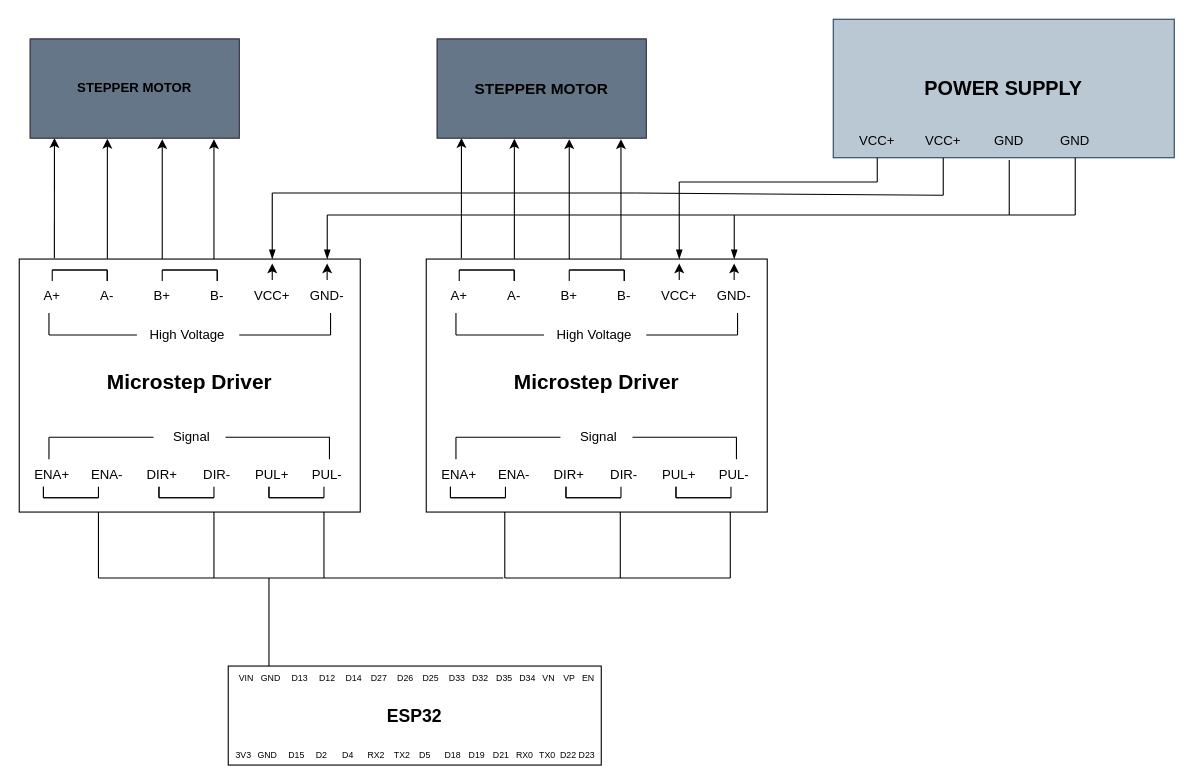
DattBhatt/Draw.io keeps this draw.io diagram as Stepper-Driver-Esp32 Circuit Diagram.drawio. Above is the earlier version. Source tidied: cells renumbered, new cells numbered last; positions are measured from the earlier drawing's top-left corner, leaving out a move shared by most shapes. Both pictures are drawn from the tidied source at 110%, with x=0, y=0 at pixel (19, 19).
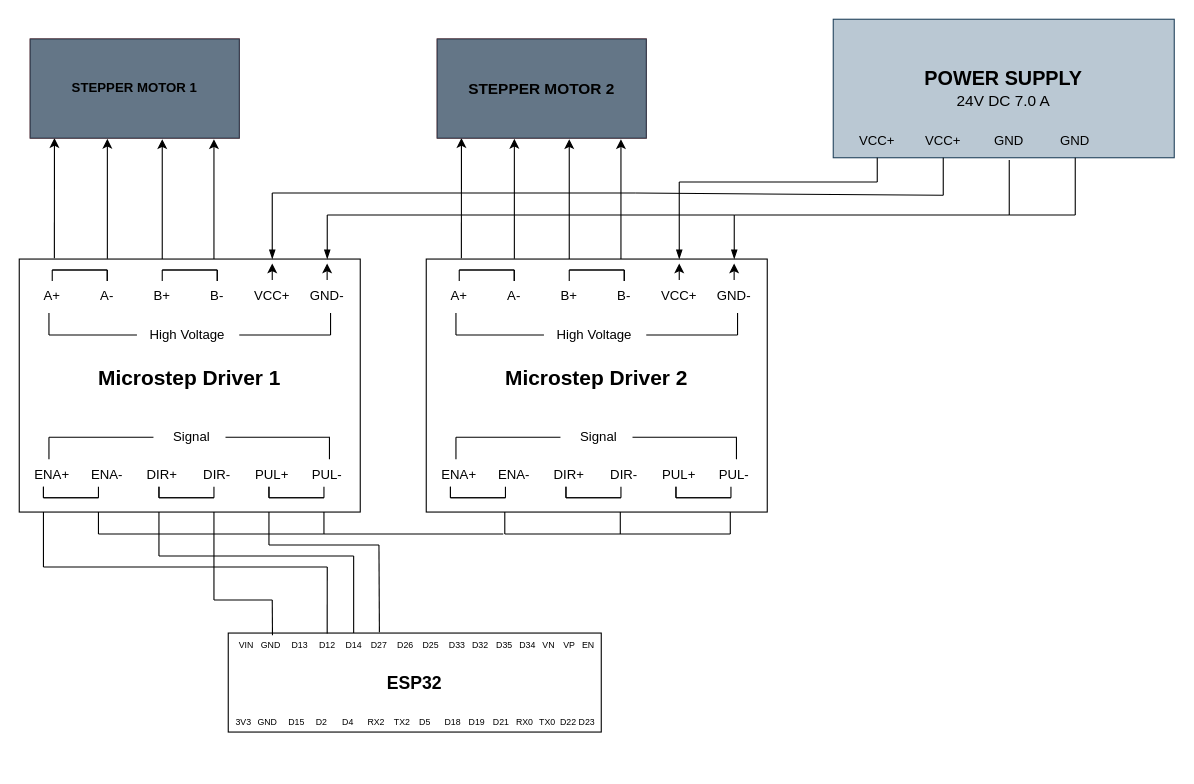
The same diagram, later.

Unchanged cells that the change refers to:
```xml
<mxCell id="164" value="&lt;font style=&quot;font-size: 8px;&quot;&gt;GND&lt;/font&gt;" style="text;html=1;align=left;verticalAlign=middle;points=[];strokeColor=none;fillColor=none;rounded=0;imageAlign=center;imageWidth=24;spacing=0;" parent="161" vertex="1">
  <mxGeometry x="30.4" width="40" height="20" as="geometry" />
</mxCell>
<mxCell id="166" value="&lt;font style=&quot;font-size: 8px;&quot;&gt;D12&lt;/font&gt;" style="text;html=1;align=left;verticalAlign=middle;points=[];strokeColor=none;fillColor=none;rounded=0;imageAlign=center;imageWidth=24;spacing=0;" parent="161" vertex="1">
  <mxGeometry x="83" width="30" height="20" as="geometry" />
</mxCell>
```

Change to the diagram source:
```diff
@@
-    <mxCell id="2" style="rounded=0;whiteSpace=wrap;html=1;fillColor=default;" parent="1" vertex="1">
+    <mxCell id="2" value="&lt;h1 style=&quot;margin-top: 0px;&quot;&gt;&lt;font style=&quot;font-size: 19px;&quot;&gt;Microstep Driver 1&lt;/font&gt;&lt;/h1&gt;" style="rounded=0;whiteSpace=wrap;html=1;fillColor=default;" parent="1" vertex="1">
       <mxGeometry y="218" width="310" height="230" as="geometry" />
     </mxCell>
-    <mxCell id="3" value="&lt;h1 style=&quot;margin-top: 0px;&quot;&gt;&lt;font style=&quot;font-size: 19px;&quot;&gt;Microstep Driver&lt;/font&gt;&lt;/h1&gt;" style="text;html=1;whiteSpace=wrap;overflow=hidden;rounded=0;align=center;" parent="1" vertex="1">
-      <mxGeometry x="75" y="308" width="160" height="40" as="geometry" />
-    </mxCell>
@@
-    <mxCell id="71" value="&lt;font style=&quot;color: light-dark(rgb(0, 0, 0), rgb(255, 255, 255));&quot;&gt;&lt;b&gt;STEPPER MOTOR&lt;/b&gt;&lt;/font&gt;" style="rounded=0;whiteSpace=wrap;html=1;fillColor=#647687;strokeColor=#314354;fontColor=#ffffff;" parent="1" vertex="1">
+    <mxCell id="71" value="&lt;font style=&quot;color: light-dark(rgb(0, 0, 0), rgb(255, 255, 255));&quot;&gt;&lt;b&gt;STEPPER MOTOR 1&lt;/b&gt;&lt;/font&gt;" style="rounded=0;whiteSpace=wrap;html=1;fillColor=#647687;strokeColor=#314354;fontColor=#ffffff;" parent="1" vertex="1">
       <mxGeometry x="10" y="18" width="190" height="90" as="geometry" />
     </mxCell>
-    <mxCell id="72" style="rounded=0;whiteSpace=wrap;html=1;fillColor=default;" parent="1" vertex="1">
+    <mxCell id="72" value="&lt;h1 style=&quot;margin-top: 0px;&quot;&gt;&lt;font style=&quot;font-size: 19px;&quot;&gt;Microstep Driver 2&lt;/font&gt;&lt;/h1&gt;" style="rounded=0;whiteSpace=wrap;html=1;fillColor=default;" parent="1" vertex="1">
       <mxGeometry x="370" y="218" width="310" height="230" as="geometry" />
     </mxCell>
-    <mxCell id="73" value="&lt;h1 style=&quot;margin-top: 0px;&quot;&gt;&lt;font style=&quot;font-size: 19px;&quot;&gt;Microstep Driver&lt;/font&gt;&lt;/h1&gt;" style="text;html=1;whiteSpace=wrap;overflow=hidden;rounded=0;align=center;" parent="1" vertex="1">
-      <mxGeometry x="445" y="308" width="160" height="40" as="geometry" />
-    </mxCell>
@@
-    <mxCell id="141" value="&lt;font style=&quot;font-size: 14px; color: light-dark(rgb(0, 0, 0), rgb(255, 255, 255));&quot;&gt;&lt;b&gt;STEPPER MOTOR&lt;/b&gt;&lt;/font&gt;" style="rounded=0;whiteSpace=wrap;html=1;fillColor=#647687;strokeColor=#314354;fontColor=#ffffff;" parent="1" vertex="1">
+    <mxCell id="141" value="&lt;font style=&quot;font-size: 14px; color: light-dark(rgb(0, 0, 0), rgb(255, 255, 255));&quot;&gt;&lt;b&gt;STEPPER MOTOR 2&lt;/b&gt;&lt;/font&gt;" style="rounded=0;whiteSpace=wrap;html=1;fillColor=#647687;strokeColor=#314354;fontColor=#ffffff;" parent="1" vertex="1">
       <mxGeometry x="380" y="18" width="190" height="90" as="geometry" />
     </mxCell>
-    <mxCell id="142" value="&lt;font style=&quot;font-size: 18px;&quot;&gt;&lt;b style=&quot;&quot;&gt;POWER SUPPLY&lt;/b&gt;&lt;/font&gt;" style="rounded=0;whiteSpace=wrap;html=1;fillColor=#bac8d3;strokeColor=#23445d;" parent="1" vertex="1">
+    <mxCell id="142" value="&lt;font style=&quot;font-size: 18px;&quot;&gt;&lt;b style=&quot;&quot;&gt;POWER SUPPLY&lt;/b&gt;&lt;/font&gt;&lt;div&gt;&lt;font style=&quot;font-size: 14px;&quot;&gt;24V DC 7.0 A&lt;/font&gt;&lt;/div&gt;" style="rounded=0;whiteSpace=wrap;html=1;fillColor=#bac8d3;strokeColor=#23445d;" parent="1" vertex="1">
       <mxGeometry x="740" width="310" height="125.9" as="geometry" />
     </mxCell>
@@
     <mxCell id="161" style="group;" parent="1" vertex="1">
-      <mxGeometry x="190" y="588" width="353" height="90" as="geometry" />
+      <mxGeometry x="190" y="558" width="353" height="90" as="geometry" />
     </mxCell>
@@
+    <mxCell id="202" style="endArrow=none;html=1;rounded=0;strokeColor=light-dark(#000000,#000000);" parent="1" edge="1">
+      <mxGeometry relative="1" as="geometry">
+        <mxPoint x="277" y="468" as="sourcePoint" />
+        <mxPoint x="440" y="468" as="targetPoint" />
+      </mxGeometry>
+    </mxCell>
+    <mxCell id="203" style="group;" parent="1" vertex="1">
+      <mxGeometry x="72" y="448" width="205" height="20" as="geometry" />
+    </mxCell>
-    <mxCell id="193" style="endArrow=none;html=1;rounded=0;strokeColor=light-dark(#000000,#000000);align=center;verticalAlign=middle;fontFamily=Helvetica;fontSize=11;fontColor=default;labelBackgroundColor=default;" parent="1" edge="1">
+    <mxCell id="193" style="endArrow=none;html=1;rounded=0;strokeColor=light-dark(#000000,#000000);align=center;verticalAlign=middle;fontFamily=Helvetica;fontSize=11;fontColor=default;labelBackgroundColor=default;" parent="203" edge="1">
       <mxGeometry relative="1" as="geometry">
-        <mxPoint x="72" y="508" as="sourcePoint" />
-        <mxPoint x="72" y="448" as="targetPoint" />
+        <mxPoint y="20" as="sourcePoint" />
+        <mxPoint as="targetPoint" />
       </mxGeometry>
     </mxCell>
-    <mxCell id="194" style="endArrow=none;html=1;rounded=0;strokeColor=light-dark(#000000,#000000);align=center;verticalAlign=middle;fontFamily=Helvetica;fontSize=11;fontColor=default;labelBackgroundColor=default;" parent="1" edge="1">
+    <mxCell id="194" style="endArrow=none;html=1;rounded=0;strokeColor=light-dark(#000000,#000000);align=center;verticalAlign=middle;fontFamily=Helvetica;fontSize=11;fontColor=default;labelBackgroundColor=default;" parent="203" edge="1">
       <mxGeometry relative="1" as="geometry">
-        <mxPoint x="177" y="508" as="sourcePoint" />
-        <mxPoint x="177" y="448" as="targetPoint" />
+        <mxPoint x="105" y="20" as="sourcePoint" />
+        <mxPoint x="105" as="targetPoint" />
       </mxGeometry>
     </mxCell>
-    <mxCell id="195" style="endArrow=none;html=1;rounded=0;strokeColor=light-dark(#000000,#000000);align=center;verticalAlign=middle;fontFamily=Helvetica;fontSize=11;fontColor=default;labelBackgroundColor=default;" parent="1" edge="1">
+    <mxCell id="195" style="endArrow=none;html=1;rounded=0;strokeColor=light-dark(#000000,#000000);align=center;verticalAlign=middle;fontFamily=Helvetica;fontSize=11;fontColor=default;labelBackgroundColor=default;" parent="203" edge="1">
       <mxGeometry relative="1" as="geometry">
-        <mxPoint x="277" y="508" as="sourcePoint" />
-        <mxPoint x="277" y="448" as="targetPoint" />
+        <mxPoint x="205" y="20" as="sourcePoint" />
+        <mxPoint x="205" as="targetPoint" />
       </mxGeometry>
     </mxCell>
-    <mxCell id="196" style="endArrow=none;html=1;rounded=0;strokeColor=light-dark(#000000,#000000);" parent="1" edge="1">
+    <mxCell id="196" style="endArrow=none;html=1;rounded=0;strokeColor=light-dark(#000000,#000000);" parent="203" edge="1">
       <mxGeometry relative="1" as="geometry">
-        <mxPoint x="277" y="508" as="sourcePoint" />
-        <mxPoint x="72" y="508" as="targetPoint" />
+        <mxPoint x="205" y="20" as="sourcePoint" />
+        <mxPoint y="20" as="targetPoint" />
       </mxGeometry>
     </mxCell>
-    <mxCell id="197" style="endArrow=none;html=1;rounded=0;strokeColor=light-dark(#000000,#000000);align=center;verticalAlign=middle;fontFamily=Helvetica;fontSize=11;fontColor=default;labelBackgroundColor=default;" parent="1" edge="1">
-      <mxGeometry relative="1" as="geometry">
-        <mxPoint x="227" y="588" as="sourcePoint" />
-        <mxPoint x="227" y="508" as="targetPoint" />
-      </mxGeometry>
-    </mxCell>
+    <mxCell id="204" style="group;" parent="1" vertex="1">
+      <mxGeometry x="441.4" y="448" width="205" height="20" as="geometry" />
+    </mxCell>
-    <mxCell id="198" style="endArrow=none;html=1;rounded=0;strokeColor=light-dark(#000000,#000000);" parent="1" edge="1">
+    <mxCell id="198" style="endArrow=none;html=1;rounded=0;strokeColor=light-dark(#000000,#000000);" parent="204" edge="1">
       <mxGeometry relative="1" as="geometry">
-        <mxPoint x="646.4" y="508" as="sourcePoint" />
-        <mxPoint x="441.4" y="508" as="targetPoint" />
+        <mxPoint x="205" y="20" as="sourcePoint" />
+        <mxPoint y="20" as="targetPoint" />
       </mxGeometry>
     </mxCell>
-    <mxCell id="199" style="endArrow=none;html=1;rounded=0;strokeColor=light-dark(#000000,#000000);align=center;verticalAlign=middle;fontFamily=Helvetica;fontSize=11;fontColor=default;labelBackgroundColor=default;" parent="1" edge="1">
+    <mxCell id="199" style="endArrow=none;html=1;rounded=0;strokeColor=light-dark(#000000,#000000);align=center;verticalAlign=middle;fontFamily=Helvetica;fontSize=11;fontColor=default;labelBackgroundColor=default;" parent="204" edge="1">
       <mxGeometry relative="1" as="geometry">
-        <mxPoint x="546.4" y="508" as="sourcePoint" />
-        <mxPoint x="546.4" y="448" as="targetPoint" />
+        <mxPoint x="105" y="20" as="sourcePoint" />
+        <mxPoint x="105" as="targetPoint" />
       </mxGeometry>
     </mxCell>
-    <mxCell id="200" style="endArrow=none;html=1;rounded=0;strokeColor=light-dark(#000000,#000000);align=center;verticalAlign=middle;fontFamily=Helvetica;fontSize=11;fontColor=default;labelBackgroundColor=default;" parent="1" edge="1">
+    <mxCell id="200" style="endArrow=none;html=1;rounded=0;strokeColor=light-dark(#000000,#000000);align=center;verticalAlign=middle;fontFamily=Helvetica;fontSize=11;fontColor=default;labelBackgroundColor=default;" parent="204" edge="1">
       <mxGeometry relative="1" as="geometry">
-        <mxPoint x="441.4" y="508" as="sourcePoint" />
-        <mxPoint x="441.4" y="448" as="targetPoint" />
+        <mxPoint y="20" as="sourcePoint" />
+        <mxPoint as="targetPoint" />
       </mxGeometry>
     </mxCell>
-    <mxCell id="201" style="endArrow=none;html=1;rounded=0;strokeColor=light-dark(#000000,#000000);align=center;verticalAlign=middle;fontFamily=Helvetica;fontSize=11;fontColor=default;labelBackgroundColor=default;" parent="1" edge="1">
+    <mxCell id="201" style="endArrow=none;html=1;rounded=0;strokeColor=light-dark(#000000,#000000);align=center;verticalAlign=middle;fontFamily=Helvetica;fontSize=11;fontColor=default;labelBackgroundColor=default;" parent="204" edge="1">
       <mxGeometry relative="1" as="geometry">
-        <mxPoint x="646.4" y="508" as="sourcePoint" />
-        <mxPoint x="646.4" y="448" as="targetPoint" />
+        <mxPoint x="205" y="20" as="sourcePoint" />
+        <mxPoint x="205" as="targetPoint" />
       </mxGeometry>
     </mxCell>
-    <mxCell id="202" style="endArrow=none;html=1;rounded=0;strokeColor=light-dark(#000000,#000000);" parent="1" edge="1">
-      <mxGeometry relative="1" as="geometry">
-        <mxPoint x="277" y="508" as="sourcePoint" />
-        <mxPoint x="440" y="508" as="targetPoint" />
-      </mxGeometry>
-    </mxCell>
+    <mxCell id="205" style="endArrow=none;html=1;rounded=0;entryX=0.124;entryY=1.008;entryDx=0;entryDy=0;entryPerimeter=0;strokeColor=light-dark(#000000,#FF8000);" parent="1" edge="1">
+      <mxGeometry relative="1" as="geometry">
+        <mxPoint x="22" y="498" as="sourcePoint" />
+        <mxPoint x="22" y="448" as="targetPoint" />
+      </mxGeometry>
+    </mxCell>
+    <mxCell id="206" style="endArrow=none;html=1;rounded=0;strokeColor=light-dark(#000000,#FF8000);" parent="1" edge="1">
+      <mxGeometry relative="1" as="geometry">
+        <mxPoint x="22" y="498" as="sourcePoint" />
+        <mxPoint x="280" y="498" as="targetPoint" />
+      </mxGeometry>
+    </mxCell>
+    <mxCell id="207" style="endArrow=none;html=1;rounded=0;strokeColor=light-dark(#000000,#FF8000);exitX=0.231;exitY=0.018;exitDx=0;exitDy=0;exitPerimeter=0;" parent="1" edge="1" source="166">
+      <mxGeometry relative="1" as="geometry">
+        <mxPoint x="280" y="498" as="targetPoint" />
+      </mxGeometry>
+    </mxCell>
+    <mxCell id="208" style="endArrow=none;html=1;rounded=0;entryX=0.124;entryY=1.008;entryDx=0;entryDy=0;entryPerimeter=0;strokeColor=light-dark(#000000,#FFFF33);" parent="1" edge="1">
+      <mxGeometry relative="1" as="geometry">
+        <mxPoint x="127" y="488" as="sourcePoint" />
+        <mxPoint x="127" y="448" as="targetPoint" />
+      </mxGeometry>
+    </mxCell>
+    <mxCell id="209" style="endArrow=none;html=1;rounded=0;strokeColor=light-dark(#000000,#FFFF33);" parent="1" edge="1">
+      <mxGeometry relative="1" as="geometry">
+        <mxPoint x="127" y="488" as="sourcePoint" />
+        <mxPoint x="304" y="488" as="targetPoint" />
+      </mxGeometry>
+    </mxCell>
+    <mxCell id="210" style="endArrow=none;html=1;rounded=0;strokeColor=light-dark(#000000,#FFFF33);" parent="1" edge="1">
+      <mxGeometry relative="1" as="geometry">
+        <mxPoint x="304" y="558" as="sourcePoint" />
+        <mxPoint x="304" y="488" as="targetPoint" />
+      </mxGeometry>
+    </mxCell>
+    <mxCell id="211" style="endArrow=none;html=1;rounded=0;strokeColor=light-dark(#000000,#000000);align=center;verticalAlign=middle;fontFamily=Helvetica;fontSize=11;fontColor=default;labelBackgroundColor=default;" parent="1" edge="1">
+      <mxGeometry relative="1" as="geometry">
+        <mxPoint x="177" y="528" as="sourcePoint" />
+        <mxPoint x="177" y="468" as="targetPoint" />
+      </mxGeometry>
+    </mxCell>
+    <mxCell id="212" style="endArrow=none;html=1;rounded=0;strokeColor=light-dark(#000000,#000000);align=center;verticalAlign=middle;fontFamily=Helvetica;fontSize=11;fontColor=default;labelBackgroundColor=default;" parent="1" edge="1">
+      <mxGeometry relative="1" as="geometry">
+        <mxPoint x="177" y="528" as="sourcePoint" />
+        <mxPoint x="230" y="528" as="targetPoint" />
+      </mxGeometry>
+    </mxCell>
+    <mxCell id="213" style="endArrow=none;html=1;rounded=0;strokeColor=light-dark(#000000,#000000);align=center;verticalAlign=middle;fontFamily=Helvetica;fontSize=11;fontColor=default;labelBackgroundColor=default;exitX=0.245;exitY=0.095;exitDx=0;exitDy=0;exitPerimeter=0;" parent="1" edge="1" source="164">
+      <mxGeometry relative="1" as="geometry">
+        <mxPoint x="230" y="528" as="targetPoint" />
+      </mxGeometry>
+    </mxCell>
+    <mxCell id="214" style="endArrow=none;html=1;rounded=0;strokeColor=light-dark(#000000,#3399FF);" parent="1" edge="1">
+      <mxGeometry relative="1" as="geometry">
+        <mxPoint x="227" y="478" as="sourcePoint" />
+        <mxPoint x="227" y="448" as="targetPoint" />
+      </mxGeometry>
+    </mxCell>
+    <mxCell id="215" style="endArrow=none;html=1;rounded=0;strokeColor=light-dark(#000000,#3399FF);" parent="1" edge="1">
+      <mxGeometry relative="1" as="geometry">
+        <mxPoint x="227" y="478" as="sourcePoint" />
+        <mxPoint x="327" y="478" as="targetPoint" />
+      </mxGeometry>
+    </mxCell>
+    <mxCell id="216" style="endArrow=none;html=1;rounded=0;strokeColor=light-dark(#000000,#3399FF);exitX=0.212;exitY=-0.035;exitDx=0;exitDy=0;exitPerimeter=0;" parent="1" edge="1">
+      <mxGeometry relative="1" as="geometry">
+        <mxPoint x="327.4" y="557.3" as="sourcePoint" />
+        <mxPoint x="327" y="478" as="targetPoint" />
+      </mxGeometry>
+    </mxCell>
```
